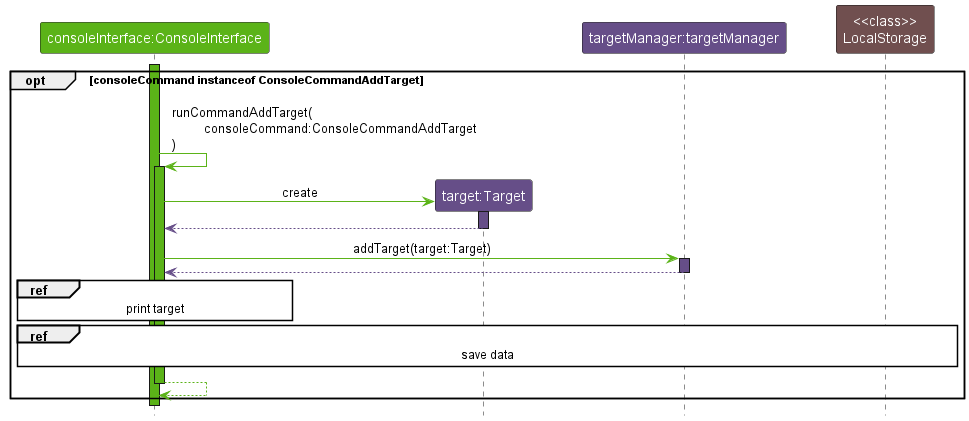
Before: docs/images/ImplementationAddTarget.png, a diagram exported from PlantUML (nus-cs2113-AY2223S1/tp). The source it was exported from:
```plantuml
@startuml
!include https://raw.githubusercontent.com/xzynos/tp/branch-Webpage/docs/diagrams/Styles.puml

skinparam sequenceReferenceBackgroundColor #ffffff

Participant "consoleInterface:ConsoleInterface" as consoleInterface USER_INTERFACE_COLOR_1
Participant "target:Target" as target DATA_COLOR_4
Participant "targetManager:targetManager" as targetManager DATA_COLOR_4
Participant "<<class>>\nLocalStorage" as LocalStorage STORAGE_COLOR_1

activate consoleInterface USER_INTERFACE_COLOR_1

opt consoleCommand instanceof ConsoleCommandAddTarget
    consoleInterface -[USER_INTERFACE_COLOR_1]> consoleInterface : \lrunCommandAddTarget(\n\tconsoleCommand:ConsoleCommandAddTarget\n)
    activate consoleInterface USER_INTERFACE_COLOR_1

    create target

    consoleInterface -[USER_INTERFACE_COLOR_1]> target : create
    activate target DATA_COLOR_4

    target --[DATA_COLOR_4]> consoleInterface
    deactivate target

    consoleInterface -[USER_INTERFACE_COLOR_1]> targetManager : addTarget(target:Target)
    activate targetManager DATA_COLOR_4

    targetManager --[DATA_COLOR_4]> consoleInterface
    deactivate targetManager

    ref over consoleInterface: print target

    ref over consoleInterface, targetManager, LocalStorage: save data

    consoleInterface --[USER_INTERFACE_COLOR_1]> consoleInterface
    deactivate consoleInterface
end

deactivate consoleInterface
@enduml
```
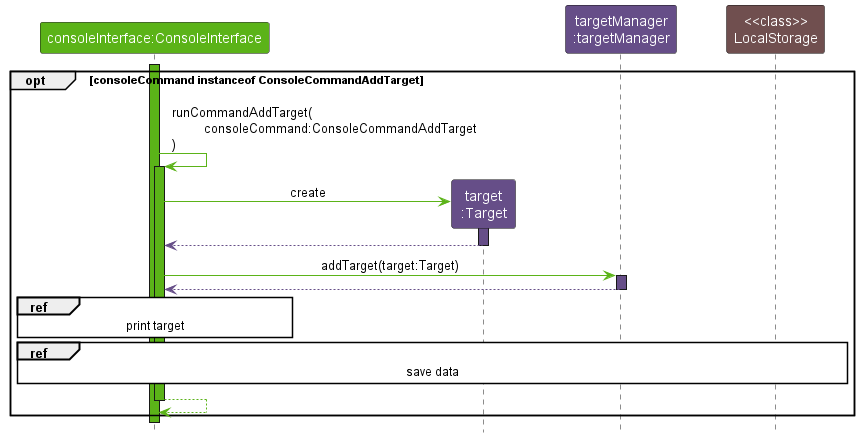
After the commit.

Change to the diagram source:
```diff
@@ -4,8 +4,8 @@
 skinparam sequenceReferenceBackgroundColor #ffffff
 
 Participant "consoleInterface:ConsoleInterface" as consoleInterface USER_INTERFACE_COLOR_1
-Participant "target:Target" as target DATA_COLOR_4
-Participant "targetManager:targetManager" as targetManager DATA_COLOR_4
+Participant "target\n:Target" as target DATA_COLOR_4
+Participant "targetManager\n:targetManager" as targetManager DATA_COLOR_4
 Participant "<<class>>\nLocalStorage" as LocalStorage STORAGE_COLOR_1
 
 activate consoleInterface USER_INTERFACE_COLOR_1
```
